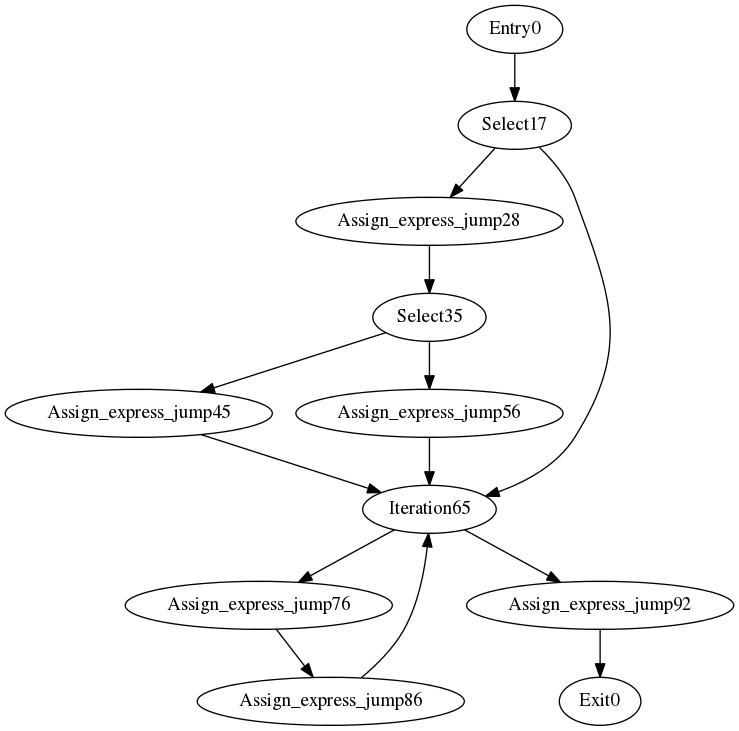
The Graphviz diagram cfg.png in fengcc/ProgramSlicing, before a commit. Its source is kept beside it as cfg.dot. Its diagram source:
```dot
digraph CFG {
	Entry0 -> Select17
	Select17 -> Assign_express_jump28
	Assign_express_jump28 -> Select35
	Select35 -> Assign_express_jump45
	Assign_express_jump45 -> Iteration65
	Iteration65 -> Assign_express_jump76
	Assign_express_jump76 -> Assign_express_jump86
	Assign_express_jump86 -> Iteration65
	Iteration65 -> Assign_express_jump92
	Assign_express_jump92 -> Exit0
	Select35 -> Assign_express_jump56
	Assign_express_jump56 -> Iteration65
	Select17 -> Iteration65
}
```
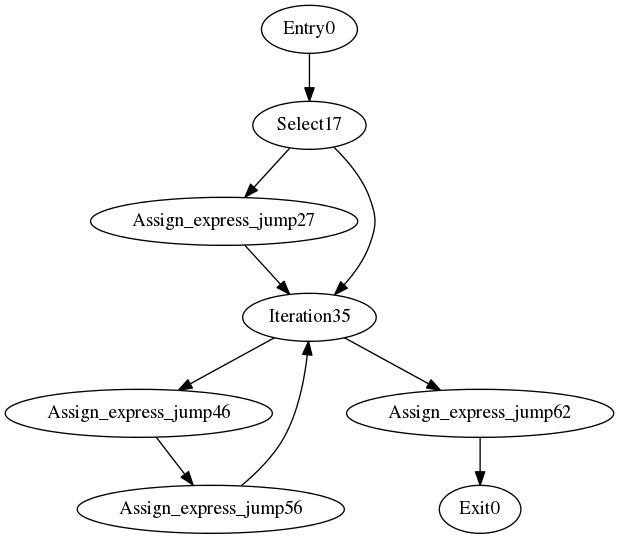
The same file after the commit.

Change to the diagram source:
```diff
@@ -1,15 +1,11 @@
 digraph CFG {
 	Entry0 -> Select17
-	Select17 -> Assign_express_jump28
-	Assign_express_jump28 -> Select35
-	Select35 -> Assign_express_jump45
-	Assign_express_jump45 -> Iteration65
-	Iteration65 -> Assign_express_jump76
-	Assign_express_jump76 -> Assign_express_jump86
-	Assign_express_jump86 -> Iteration65
-	Iteration65 -> Assign_express_jump92
-	Assign_express_jump92 -> Exit0
-	Select35 -> Assign_express_jump56
-	Assign_express_jump56 -> Iteration65
-	Select17 -> Iteration65
+	Select17 -> Assign_express_jump27
+	Assign_express_jump27 -> Iteration35
+	Iteration35 -> Assign_express_jump46
+	Assign_express_jump46 -> Assign_express_jump56
+	Assign_express_jump56 -> Iteration35
+	Iteration35 -> Assign_express_jump62
+	Assign_express_jump62 -> Exit0
+	Select17 -> Iteration35
 }
```
